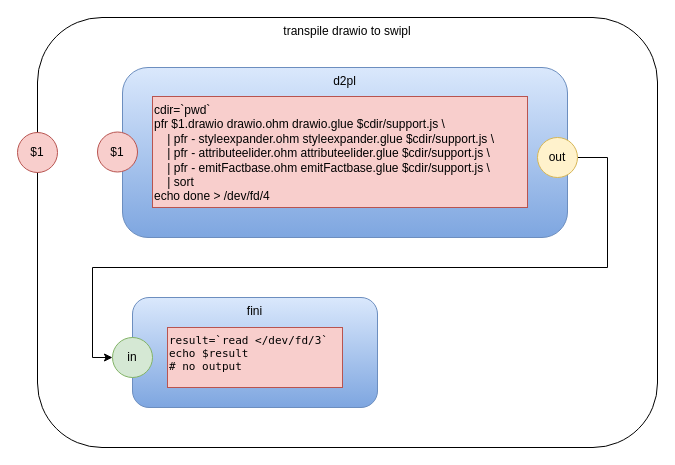
Earlier version of the draw.io diagram transpile_drawio_to_swipl.drawio (guitarvydas/vsh). Source tidied: cells renumbered, new cells numbered last; positions are measured from the earlier drawing's top-left corner, leaving out a move shared by most shapes. Both pictures are drawn from the tidied source at 100%, with x=0, y=0 at pixel (17, 17).
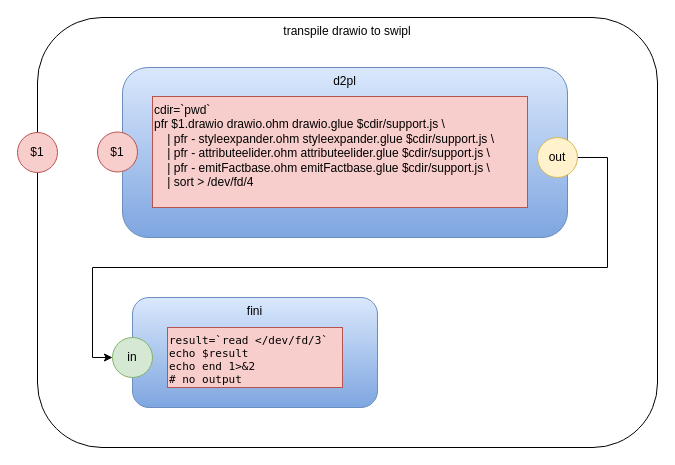
The same diagram, later.

What changed in the source:
```diff
@@
 <mxGraphModel>
   <root>
     <mxCell id="0" />
     <mxCell id="1" parent="0" />
     <mxCell id="2" value="transpile drawio to swipl" style="rounded=1;whiteSpace=wrap;html=1;verticalAlign=top;" parent="1" vertex="1">
       <mxGeometry x="20" width="620" height="430" as="geometry" />
     </mxCell>
     <mxCell id="3" value="d2pl" style="rounded=1;whiteSpace=wrap;html=1;gradientColor=#7ea6e0;fillColor=#dae8fc;strokeColor=#6c8ebf;verticalAlign=top;" parent="1" vertex="1">
       <mxGeometry x="105" y="50" width="445" height="170" as="geometry" />
     </mxCell>
-    <mxCell id="4" value="&lt;div&gt;cdir=`pwd`&lt;/div&gt;&lt;div&gt;pfr $1.drawio drawio.ohm drawio.glue $cdir/support.js \&lt;/div&gt;&lt;div&gt;&amp;nbsp; &amp;nbsp; | pfr - styleexpander.ohm styleexpander.glue $cdir/support.js \&lt;/div&gt;&lt;div&gt;&amp;nbsp; &amp;nbsp; | pfr - attributeelider.ohm attributeelider.glue $cdir/support.js \&lt;/div&gt;&lt;div&gt;&amp;nbsp; &amp;nbsp; | pfr - emitFactbase.ohm emitFactbase.glue $cdir/support.js \&lt;/div&gt;&lt;div&gt;&amp;nbsp; &amp;nbsp; | sort&lt;/div&gt;&lt;div&gt;&lt;span&gt;echo done &amp;gt; /dev/fd/4&lt;/span&gt;&lt;/div&gt;" style="rounded=0;whiteSpace=wrap;html=1;fillColor=#f8cecc;strokeColor=#b85450;align=left;verticalAlign=top;" parent="1" vertex="1">
+    <mxCell id="4" value="&lt;div&gt;cdir=`pwd`&lt;/div&gt;&lt;div&gt;pfr $1.drawio drawio.ohm drawio.glue $cdir/support.js \&lt;/div&gt;&lt;div&gt;&amp;nbsp; &amp;nbsp; | pfr - styleexpander.ohm styleexpander.glue $cdir/support.js \&lt;/div&gt;&lt;div&gt;&amp;nbsp; &amp;nbsp; | pfr - attributeelider.ohm attributeelider.glue $cdir/support.js \&lt;/div&gt;&lt;div&gt;&amp;nbsp; &amp;nbsp; | pfr - emitFactbase.ohm emitFactbase.glue $cdir/support.js \&lt;/div&gt;&lt;div&gt;&amp;nbsp; &amp;nbsp; | sort&amp;nbsp;&lt;span&gt;&amp;gt; /dev/fd/4&lt;/span&gt;&lt;/div&gt;" style="rounded=0;whiteSpace=wrap;html=1;fillColor=#f8cecc;strokeColor=#b85450;align=left;verticalAlign=top;" parent="1" vertex="1">
       <mxGeometry x="135" y="79" width="375" height="111" as="geometry" />
     </mxCell>
     <mxCell id="5" style="edgeStyle=orthogonalEdgeStyle;rounded=0;jettySize=auto;html=1;entryX=0;entryY=0.5;entryDx=0;entryDy=0;" parent="1" edge="1" source="6" target="8">
       <mxGeometry relative="1" as="geometry">
         <Array as="points">
           <mxPoint x="590" y="140" />
           <mxPoint x="590" y="250" />
           <mxPoint x="75" y="250" />
           <mxPoint x="75" y="340" />
         </Array>
       </mxGeometry>
     </mxCell>
     <mxCell id="6" value="out" style="ellipse;whiteSpace=wrap;html=1;fillColor=#fff2cc;strokeColor=#d6b656;" parent="1" vertex="1">
       <mxGeometry x="520" y="120" width="40" height="40" as="geometry" />
     </mxCell>
     <mxCell id="7" value="fini" style="rounded=1;whiteSpace=wrap;html=1;gradientColor=#7ea6e0;fillColor=#dae8fc;strokeColor=#6c8ebf;verticalAlign=top;" parent="1" vertex="1">
       <mxGeometry x="115" y="280" width="245" height="110" as="geometry" />
     </mxCell>
     <mxCell id="8" value="in" style="ellipse;whiteSpace=wrap;html=1;fillColor=#d5e8d4;strokeColor=#82b366;" parent="1" vertex="1">
       <mxGeometry x="95" y="320" width="40" height="40" as="geometry" />
     </mxCell>
-    <mxCell id="9" value="&lt;p class=&quot;p1&quot; style=&quot;margin: 0px ; font-stretch: normal ; font-size: 11px ; line-height: normal ; font-family: &amp;#34;menlo&amp;#34;&quot;&gt;&lt;span class=&quot;s1&quot;&gt;result=`read &amp;lt;/dev/fd/3`&lt;/span&gt;&lt;/p&gt;&lt;p class=&quot;p1&quot; style=&quot;margin: 0px ; font-stretch: normal ; font-size: 11px ; line-height: normal ; font-family: &amp;#34;menlo&amp;#34;&quot;&gt;&lt;span class=&quot;s1&quot;&gt;echo $result&lt;/span&gt;&lt;/p&gt;&lt;p class=&quot;p1&quot; style=&quot;margin: 0px ; font-stretch: normal ; font-size: 11px ; line-height: normal ; font-family: &amp;#34;menlo&amp;#34;&quot;&gt;&lt;span class=&quot;s1&quot;&gt;# no output&lt;/span&gt;&lt;/p&gt;&lt;p class=&quot;p1&quot; style=&quot;margin: 0px ; font-stretch: normal ; font-size: 11px ; line-height: normal ; font-family: &amp;#34;menlo&amp;#34;&quot;&gt;&lt;br&gt;&lt;/p&gt;" style="rounded=0;whiteSpace=wrap;html=1;fillColor=#f8cecc;strokeColor=#b85450;align=left;verticalAlign=top;" parent="1" vertex="1">
+    <mxCell id="9" value="&lt;p class=&quot;p1&quot; style=&quot;margin: 0px ; font-stretch: normal ; font-size: 11px ; line-height: normal ; font-family: &amp;#34;menlo&amp;#34;&quot;&gt;&lt;span class=&quot;s1&quot;&gt;result=`read &amp;lt;/dev/fd/3`&lt;/span&gt;&lt;/p&gt;&lt;p class=&quot;p1&quot; style=&quot;margin: 0px ; font-stretch: normal ; font-size: 11px ; line-height: normal ; font-family: &amp;#34;menlo&amp;#34;&quot;&gt;&lt;span class=&quot;s1&quot;&gt;echo $result&lt;/span&gt;&lt;/p&gt;&lt;p class=&quot;p1&quot; style=&quot;margin: 0px ; font-stretch: normal ; font-size: 11px ; line-height: normal ; font-family: &amp;#34;menlo&amp;#34;&quot;&gt;&lt;span class=&quot;s1&quot;&gt;echo end 1&amp;gt;&amp;amp;2&lt;/span&gt;&lt;/p&gt;&lt;p class=&quot;p1&quot; style=&quot;margin: 0px ; font-stretch: normal ; font-size: 11px ; line-height: normal ; font-family: &amp;#34;menlo&amp;#34;&quot;&gt;&lt;span class=&quot;s1&quot;&gt;# no output&lt;/span&gt;&lt;/p&gt;&lt;p class=&quot;p1&quot; style=&quot;margin: 0px ; font-stretch: normal ; font-size: 11px ; line-height: normal ; font-family: &amp;#34;menlo&amp;#34;&quot;&gt;&lt;br&gt;&lt;/p&gt;" style="rounded=0;whiteSpace=wrap;html=1;fillColor=#f8cecc;strokeColor=#b85450;align=left;verticalAlign=top;" parent="1" vertex="1">
       <mxGeometry x="150" y="310" width="175" height="60" as="geometry" />
     </mxCell>
     <mxCell id="10" value="$1" style="ellipse;whiteSpace=wrap;html=1;fillColor=#f8cecc;strokeColor=#b85450;" parent="1" vertex="1">
       <mxGeometry y="115" width="40" height="40" as="geometry" />
     </mxCell>
     <mxCell id="11" value="$1" style="ellipse;whiteSpace=wrap;html=1;fillColor=#f8cecc;strokeColor=#b85450;" parent="1" vertex="1">
       <mxGeometry x="80" y="114.5" width="40" height="40" as="geometry" />
     </mxCell>
   </root>
 </mxGraphModel>
```
